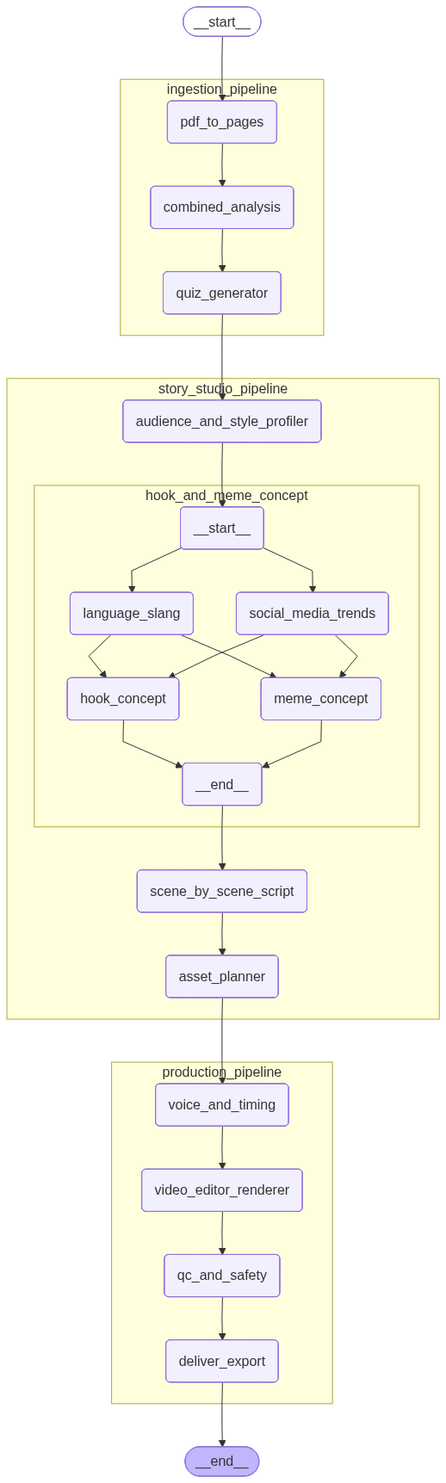
zeerafle/brainwrought keeps this Mermaid diagram as graph.png. Above is the earlier version. Its source is kept beside it as graph.mmd. Its diagram source:
```mermaid
---
config:
  flowchart:
    curve: linear
---
graph TD;
	__start__([<p>__start__</p>]):::first
	__end__([<p>__end__</p>]):::last
	__start__ --> ingestion_pipeline\3apdf_to_pages;
	ingestion_pipeline\3aquiz_generator --> story_studio_pipeline\3aaudience_and_style_profiler;
	story_studio_pipeline\3aasset_planner --> production_pipeline\3avoice_and_timing;
	production_pipeline\3adeliver_export --> __end__;
	subgraph ingestion_pipeline
	ingestion_pipeline\3apdf_to_pages(pdf_to_pages)
	ingestion_pipeline\3acombined_analysis(combined_analysis)
	ingestion_pipeline\3aquiz_generator(quiz_generator)
	ingestion_pipeline\3acombined_analysis --> ingestion_pipeline\3aquiz_generator;
	ingestion_pipeline\3apdf_to_pages --> ingestion_pipeline\3acombined_analysis;
	end
	subgraph story_studio_pipeline
	story_studio_pipeline\3aaudience_and_style_profiler(audience_and_style_profiler)
	story_studio_pipeline\3ascene_by_scene_script(scene_by_scene_script)
	story_studio_pipeline\3aasset_planner(asset_planner)
	story_studio_pipeline\3aaudience_and_style_profiler --> story_studio_pipeline\3ahook_and_meme_concept\3a__start__;
	story_studio_pipeline\3ahook_and_meme_concept\3a__end__ --> story_studio_pipeline\3ascene_by_scene_script;
	story_studio_pipeline\3ascene_by_scene_script --> story_studio_pipeline\3aasset_planner;
	subgraph hook_and_meme_concept
	story_studio_pipeline\3ahook_and_meme_concept\3a__start__(<p>__start__</p>)
	story_studio_pipeline\3ahook_and_meme_concept\3asocial_media_trends(social_media_trends)
	story_studio_pipeline\3ahook_and_meme_concept\3alanguage_slang(language_slang)
	story_studio_pipeline\3ahook_and_meme_concept\3ahook_concept(hook_concept)
	story_studio_pipeline\3ahook_and_meme_concept\3ameme_concept(meme_concept)
	story_studio_pipeline\3ahook_and_meme_concept\3a__end__(<p>__end__</p>)
	story_studio_pipeline\3ahook_and_meme_concept\3a__start__ --> story_studio_pipeline\3ahook_and_meme_concept\3alanguage_slang;
	story_studio_pipeline\3ahook_and_meme_concept\3a__start__ --> story_studio_pipeline\3ahook_and_meme_concept\3asocial_media_trends;
	story_studio_pipeline\3ahook_and_meme_concept\3alanguage_slang --> story_studio_pipeline\3ahook_and_meme_concept\3ahook_concept;
	story_studio_pipeline\3ahook_and_meme_concept\3alanguage_slang --> story_studio_pipeline\3ahook_and_meme_concept\3ameme_concept;
	story_studio_pipeline\3ahook_and_meme_concept\3asocial_media_trends --> story_studio_pipeline\3ahook_and_meme_concept\3ahook_concept;
	story_studio_pipeline\3ahook_and_meme_concept\3asocial_media_trends --> story_studio_pipeline\3ahook_and_meme_concept\3ameme_concept;
	story_studio_pipeline\3ahook_and_meme_concept\3ahook_concept --> story_studio_pipeline\3ahook_and_meme_concept\3a__end__;
	story_studio_pipeline\3ahook_and_meme_concept\3ameme_concept --> story_studio_pipeline\3ahook_and_meme_concept\3a__end__;
	end
	end
	subgraph production_pipeline
	production_pipeline\3avoice_and_timing(voice_and_timing)
	production_pipeline\3avideo_editor_renderer(video_editor_renderer)
	production_pipeline\3aqc_and_safety(qc_and_safety)
	production_pipeline\3adeliver_export(deliver_export)
	production_pipeline\3aqc_and_safety --> production_pipeline\3adeliver_export;
	production_pipeline\3avideo_editor_renderer --> production_pipeline\3aqc_and_safety;
	production_pipeline\3avoice_and_timing --> production_pipeline\3avideo_editor_renderer;
	end
	classDef default fill:#f2f0ff,line-height:1.2
	classDef first fill-opacity:0
	classDef last fill:#bfb6fc
```
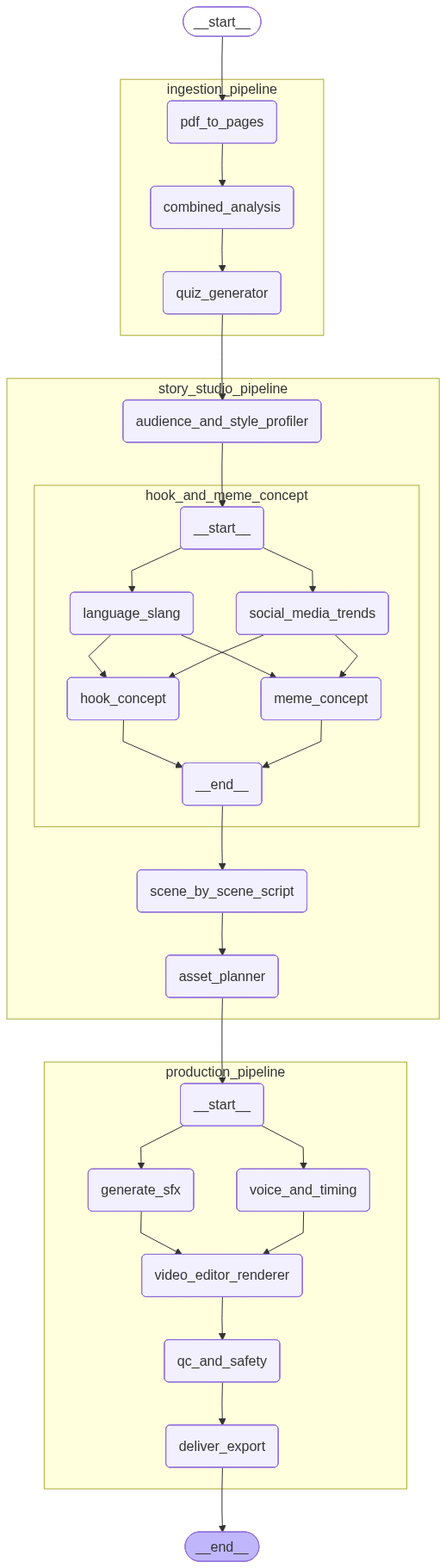
After the commit.

Commit message:
Modify the production pipeline graph to connect the `START` node to both `voice_and_timing` and `generate_sfx`, and connect `voice_and_timing` to `video_editor_renderer`.

Diff of the diagram source:
```diff
@@ -8,7 +8,7 @@
 	__end__([<p>__end__</p>]):::last
 	__start__ --> ingestion_pipeline\3apdf_to_pages;
 	ingestion_pipeline\3aquiz_generator --> story_studio_pipeline\3aaudience_and_style_profiler;
-	story_studio_pipeline\3aasset_planner --> production_pipeline\3avoice_and_timing;
+	story_studio_pipeline\3aasset_planner --> production_pipeline\3a__start__;
 	production_pipeline\3adeliver_export --> __end__;
 	subgraph ingestion_pipeline
 	ingestion_pipeline\3apdf_to_pages(pdf_to_pages)
@@ -42,10 +42,15 @@
 	end
 	end
 	subgraph production_pipeline
+	production_pipeline\3a__start__(<p>__start__</p>)
 	production_pipeline\3avoice_and_timing(voice_and_timing)
+	production_pipeline\3agenerate_sfx(generate_sfx)
 	production_pipeline\3avideo_editor_renderer(video_editor_renderer)
 	production_pipeline\3aqc_and_safety(qc_and_safety)
 	production_pipeline\3adeliver_export(deliver_export)
+	production_pipeline\3a__start__ --> production_pipeline\3agenerate_sfx;
+	production_pipeline\3a__start__ --> production_pipeline\3avoice_and_timing;
+	production_pipeline\3agenerate_sfx --> production_pipeline\3avideo_editor_renderer;
 	production_pipeline\3aqc_and_safety --> production_pipeline\3adeliver_export;
 	production_pipeline\3avideo_editor_renderer --> production_pipeline\3aqc_and_safety;
 	production_pipeline\3avoice_and_timing --> production_pipeline\3avideo_editor_renderer;
```
